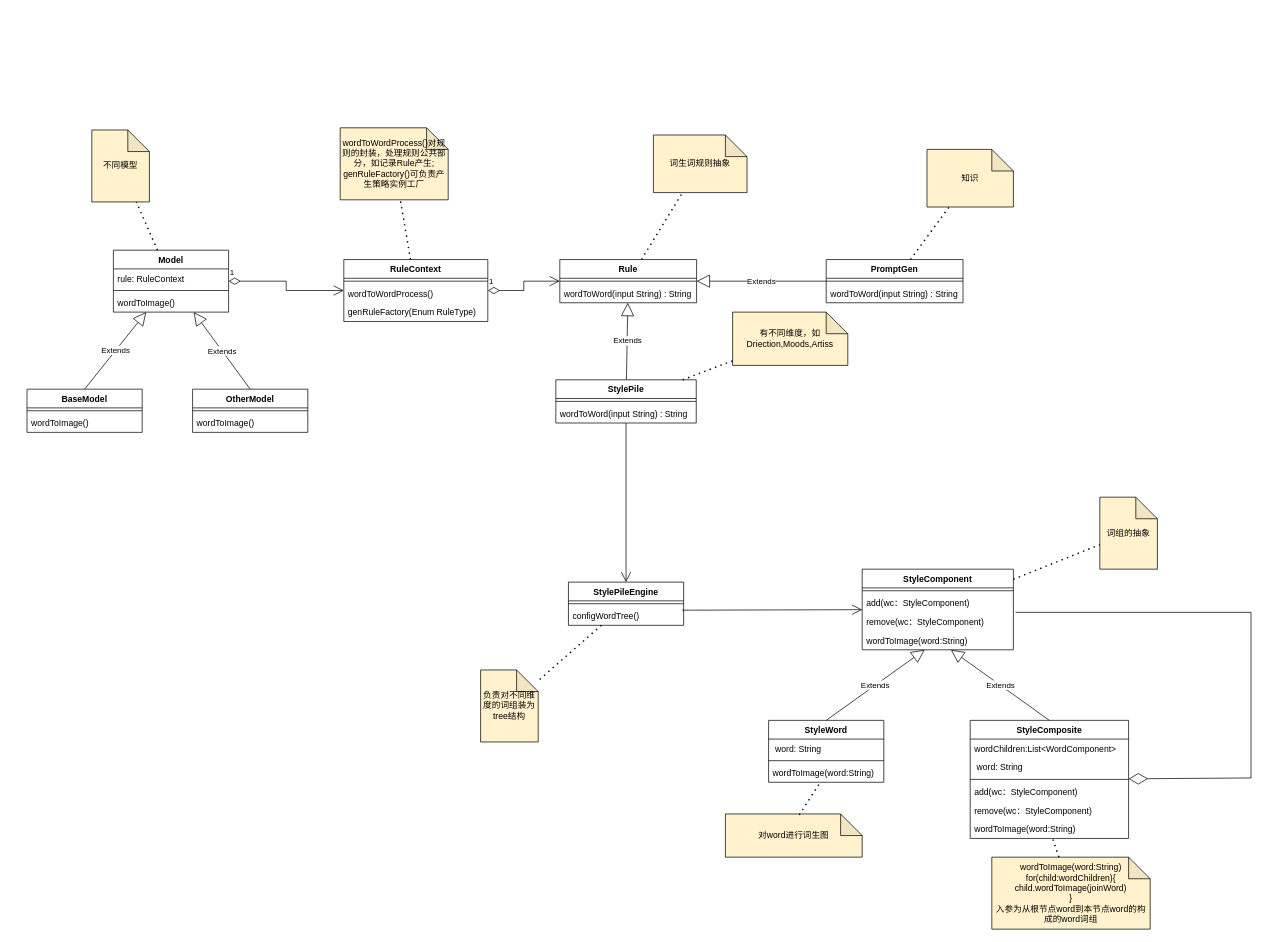
The draw.io diagram AIGC词生图工具优化.drawio in milletzhu/datasource, before the edit. Source tidied: cells renumbered, new cells numbered last; positions are measured from the earlier drawing's top-left corner, leaving out a move shared by most shapes. Both pictures are drawn from the tidied source at 72%, with x=0, y=0 at pixel (27, 127).
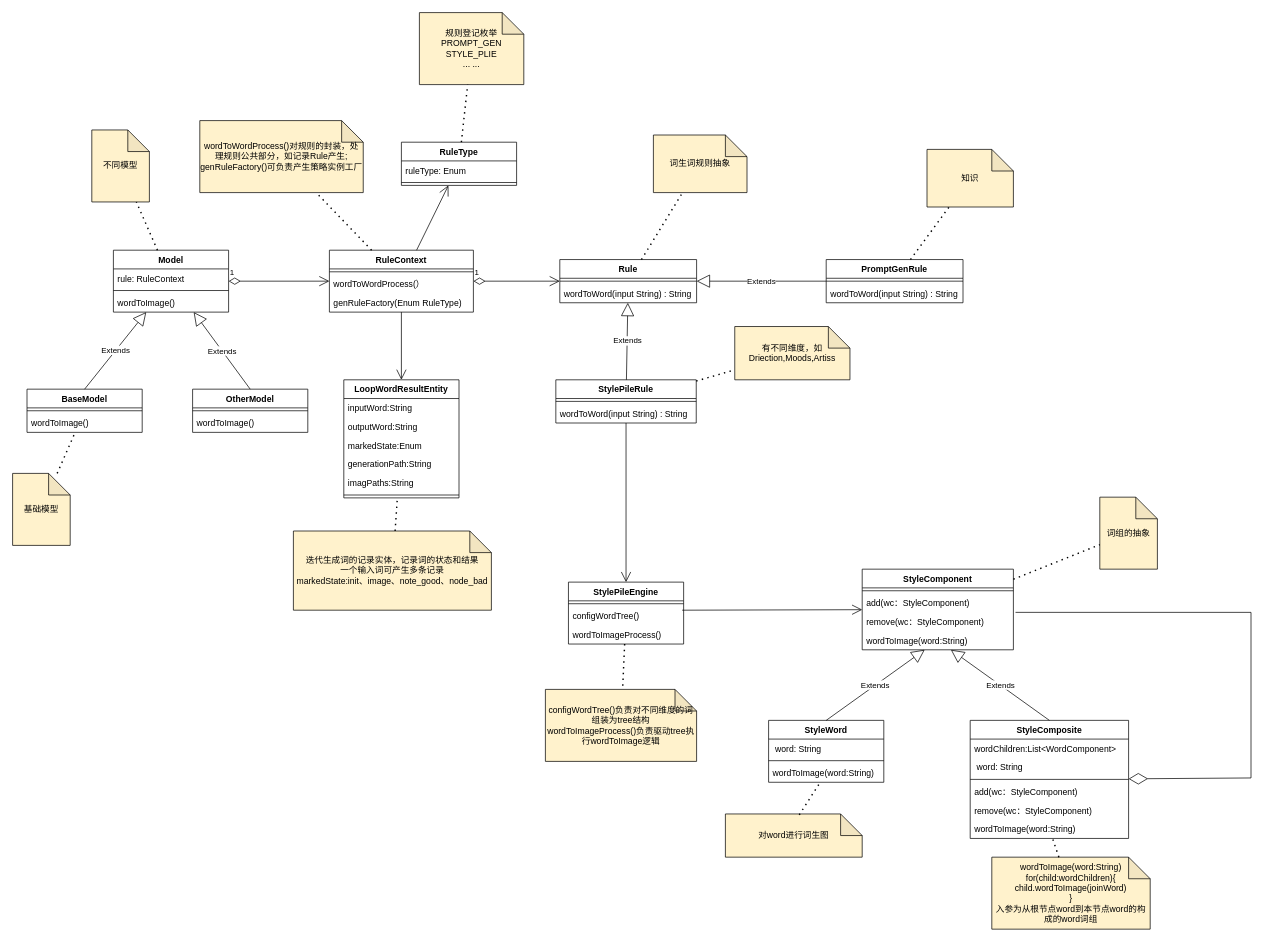
The same page after the edit.

Commit message:
更新AIGC词生图工具优化.drawio

Unchanged cells that the change refers to:
```xml
<mxCell id="37" value="BaseModel" style="swimlane;fontStyle=1;align=center;verticalAlign=top;horizontal=1;startSize=26;" parent="1" vertex="1">
  <mxGeometry y="363" width="160" height="60" as="geometry" />
</mxCell>
```

Diff of the diagram source:
```diff
@@
     <mxCell id="27" value="StylePileEngine" style="swimlane;fontStyle=1;align=center;verticalAlign=top;horizontal=1;startSize=26;" parent="1" vertex="1">
-      <mxGeometry x="752" y="631" width="160" height="60" as="geometry" />
+      <mxGeometry x="752" y="631" width="160" height="86" as="geometry" />
     </mxCell>
@@
+    <mxCell id="73" value="wordToImageProcess()" style="text;strokeColor=none;fillColor=none;align=left;verticalAlign=top;spacingLeft=4;spacingRight=4;overflow=hidden;" parent="27" vertex="1">
+      <mxGeometry y="60" width="160" height="26" as="geometry" />
+    </mxCell>
@@
-    <mxCell id="31" value="负责对不同维度的词组装为tree结构" style="shape=note;whiteSpace=wrap;html=1;backgroundOutline=1;darkOpacity=0.05;fillColor=#FFF2CC;" parent="1" vertex="1">
-      <mxGeometry x="630" y="753" width="80" height="100" as="geometry" />
+    <mxCell id="31" value="configWordTree()负责对不同维度的词组装为tree结构&lt;br&gt;wordToImageProcess()负责驱动tree执行wordToImage逻辑" style="shape=note;whiteSpace=wrap;html=1;backgroundOutline=1;darkOpacity=0.05;fillColor=#FFF2CC;" parent="1" vertex="1">
+      <mxGeometry x="720" y="780" width="210" height="100" as="geometry" />
     </mxCell>
@@
-    <mxCell id="49" value="StylePile" style="swimlane;fontStyle=1;align=center;verticalAlign=top;horizontal=1;startSize=26;" parent="1" vertex="1">
+    <mxCell id="49" value="StylePileRule" style="swimlane;fontStyle=1;align=center;verticalAlign=top;horizontal=1;startSize=26;" parent="1" vertex="1">
       <mxGeometry x="734.5" y="350" width="195" height="60" as="geometry" />
     </mxCell>
@@
-    <mxCell id="52" value="PromptGen" style="swimlane;fontStyle=1;align=center;verticalAlign=top;horizontal=1;startSize=26;" parent="1" vertex="1">
+    <mxCell id="52" value="PromptGenRule" style="swimlane;fontStyle=1;align=center;verticalAlign=top;horizontal=1;startSize=26;" parent="1" vertex="1">
       <mxGeometry x="1110" y="183" width="190" height="60" as="geometry" />
     </mxCell>
@@
     <mxCell id="61" value="有不同维度，如Driection,Moods,Artiss" style="shape=note;whiteSpace=wrap;html=1;backgroundOutline=1;darkOpacity=0.05;fillColor=#FFF2CC;" parent="1" vertex="1">
-      <mxGeometry x="980" y="256" width="160" height="74" as="geometry" />
+      <mxGeometry x="983" y="276" width="160" height="74" as="geometry" />
     </mxCell>
@@
     <mxCell id="66" value="RuleContext" style="swimlane;fontStyle=1;align=center;verticalAlign=top;horizontal=1;startSize=26;fillColor=#FFFFFF;" parent="1" vertex="1">
-      <mxGeometry x="440" y="183" width="200" height="86" as="geometry" />
+      <mxGeometry x="420" y="170" width="200" height="86" as="geometry" />
     </mxCell>
@@
-    <mxCell id="68" value="wordToWordProcess()" style="text;strokeColor=none;fillColor=none;align=left;verticalAlign=top;spacingLeft=4;spacingRight=4;overflow=hidden;" parent="66" vertex="1">
+    <mxCell id="68" value="wordToWordProcess(）" style="text;strokeColor=none;fillColor=none;align=left;verticalAlign=top;spacingLeft=4;spacingRight=4;overflow=hidden;" parent="66" vertex="1">
       <mxGeometry y="34" width="200" height="26" as="geometry" />
     </mxCell>
@@
     <mxCell id="71" value="wordToWordProcess()对规则的封装，处理规则公共部分，如记录Rule产生;&lt;br&gt;genRuleFactory()可负责产生策略实例工厂" style="shape=note;whiteSpace=wrap;html=1;backgroundOutline=1;darkOpacity=0.05;fillColor=#FFF2CC;" parent="1" vertex="1">
-      <mxGeometry x="435" width="150" height="100" as="geometry" />
+      <mxGeometry x="240" y="-10" width="227" height="100" as="geometry" />
     </mxCell>
@@
+    <mxCell id="74" value="RuleType" style="swimlane;fontStyle=1;align=center;verticalAlign=top;horizontal=1;startSize=26;fillColor=#FFFFFF;" parent="1" vertex="1">
+      <mxGeometry x="520" y="20" width="160" height="60" as="geometry" />
+    </mxCell>
+    <mxCell id="75" value="ruleType: Enum" style="text;strokeColor=none;fillColor=none;align=left;verticalAlign=top;spacingLeft=4;spacingRight=4;overflow=hidden;" parent="74" vertex="1">
+      <mxGeometry y="26" width="160" height="26" as="geometry" />
+    </mxCell>
+    <mxCell id="76" style="line;strokeWidth=1;fillColor=none;align=left;verticalAlign=middle;spacingTop=-1;spacingLeft=3;spacingRight=3;labelPosition=right;strokeColor=inherit;" parent="74" vertex="1">
+      <mxGeometry y="52" width="160" height="8" as="geometry" />
+    </mxCell>
+    <mxCell id="77" style="endArrow=open;endFill=1;endSize=12;html=1;rounded=0;" parent="1" edge="1" source="66" target="74">
+      <mxGeometry relative="1" as="geometry" />
+    </mxCell>
+    <mxCell id="78" value="规则登记枚举&lt;br&gt;PROMPT_GEN&lt;br&gt;STYLE_PLIE&lt;br&gt;... ..." style="shape=note;whiteSpace=wrap;html=1;backgroundOutline=1;darkOpacity=0.05;fillColor=#FFF2CC;" parent="1" vertex="1">
+      <mxGeometry x="545" y="-160" width="145" height="100" as="geometry" />
+    </mxCell>
+    <mxCell id="79" style="endArrow=none;dashed=1;html=1;dashPattern=1 3;strokeWidth=2;rounded=0;" parent="1" edge="1" source="74" target="78">
+      <mxGeometry relative="1" as="geometry" />
+    </mxCell>
+    <mxCell id="80" value="LoopWordResultEntity" style="swimlane;fontStyle=1;align=center;verticalAlign=top;horizontal=1;startSize=26;fillColor=#FFFFFF;" parent="1" vertex="1">
+      <mxGeometry x="440" y="350" width="160" height="164" as="geometry" />
+    </mxCell>
+    <mxCell id="81" value="inputWord:String" style="text;strokeColor=none;fillColor=none;align=left;verticalAlign=top;spacingLeft=4;spacingRight=4;overflow=hidden;" parent="80" vertex="1">
+      <mxGeometry y="26" width="160" height="26" as="geometry" />
+    </mxCell>
+    <mxCell id="82" value="outputWord:String" style="text;strokeColor=none;fillColor=none;align=left;verticalAlign=top;spacingLeft=4;spacingRight=4;overflow=hidden;" parent="80" vertex="1">
+      <mxGeometry y="52" width="160" height="26" as="geometry" />
+    </mxCell>
+    <mxCell id="83" value="markedState:Enum" style="text;strokeColor=none;fillColor=none;align=left;verticalAlign=top;spacingLeft=4;spacingRight=4;overflow=hidden;" parent="80" vertex="1">
+      <mxGeometry y="78" width="160" height="26" as="geometry" />
+    </mxCell>
+    <mxCell id="84" value="generationPath:String" style="text;strokeColor=none;fillColor=none;align=left;verticalAlign=top;spacingLeft=4;spacingRight=4;overflow=hidden;" parent="80" vertex="1">
+      <mxGeometry y="104" width="160" height="26" as="geometry" />
+    </mxCell>
+    <mxCell id="85" value="imagPaths:String" style="text;strokeColor=none;fillColor=none;align=left;verticalAlign=top;spacingLeft=4;spacingRight=4;overflow=hidden;" parent="80" vertex="1">
+      <mxGeometry y="130" width="160" height="26" as="geometry" />
+    </mxCell>
+    <mxCell id="86" style="line;strokeWidth=1;fillColor=none;align=left;verticalAlign=middle;spacingTop=-1;spacingLeft=3;spacingRight=3;labelPosition=right;strokeColor=inherit;" parent="80" vertex="1">
+      <mxGeometry y="156" width="160" height="8" as="geometry" />
+    </mxCell>
+    <mxCell id="87" value="迭代生成词的记录实体，记录词的状态和结果&lt;br&gt;一个输入词可产生多条记录&lt;br&gt;markedState:init、image、note_good、node_bad" style="shape=note;whiteSpace=wrap;html=1;backgroundOutline=1;darkOpacity=0.05;fillColor=#FFF2CC;" parent="1" vertex="1">
+      <mxGeometry x="370" y="560" width="275" height="110" as="geometry" />
+    </mxCell>
+    <mxCell id="88" style="endArrow=none;dashed=1;html=1;dashPattern=1 3;strokeWidth=2;rounded=0;" parent="1" edge="1" source="87" target="80">
+      <mxGeometry relative="1" as="geometry" />
+    </mxCell>
+    <mxCell id="89" style="endArrow=open;endFill=1;endSize=12;html=1;rounded=0;" parent="1" edge="1" source="66" target="80">
+      <mxGeometry relative="1" as="geometry" />
+    </mxCell>
+    <mxCell id="90" value="基础模型" style="shape=note;whiteSpace=wrap;html=1;backgroundOutline=1;darkOpacity=0.05;fillColor=#FFF2CC;" parent="1" vertex="1">
+      <mxGeometry x="-20" y="480" width="80" height="100" as="geometry" />
+    </mxCell>
+    <mxCell id="91" style="endArrow=none;dashed=1;html=1;dashPattern=1 3;strokeWidth=2;rounded=0;" parent="1" edge="1" source="90" target="37">
+      <mxGeometry relative="1" as="geometry" />
+    </mxCell>
```
